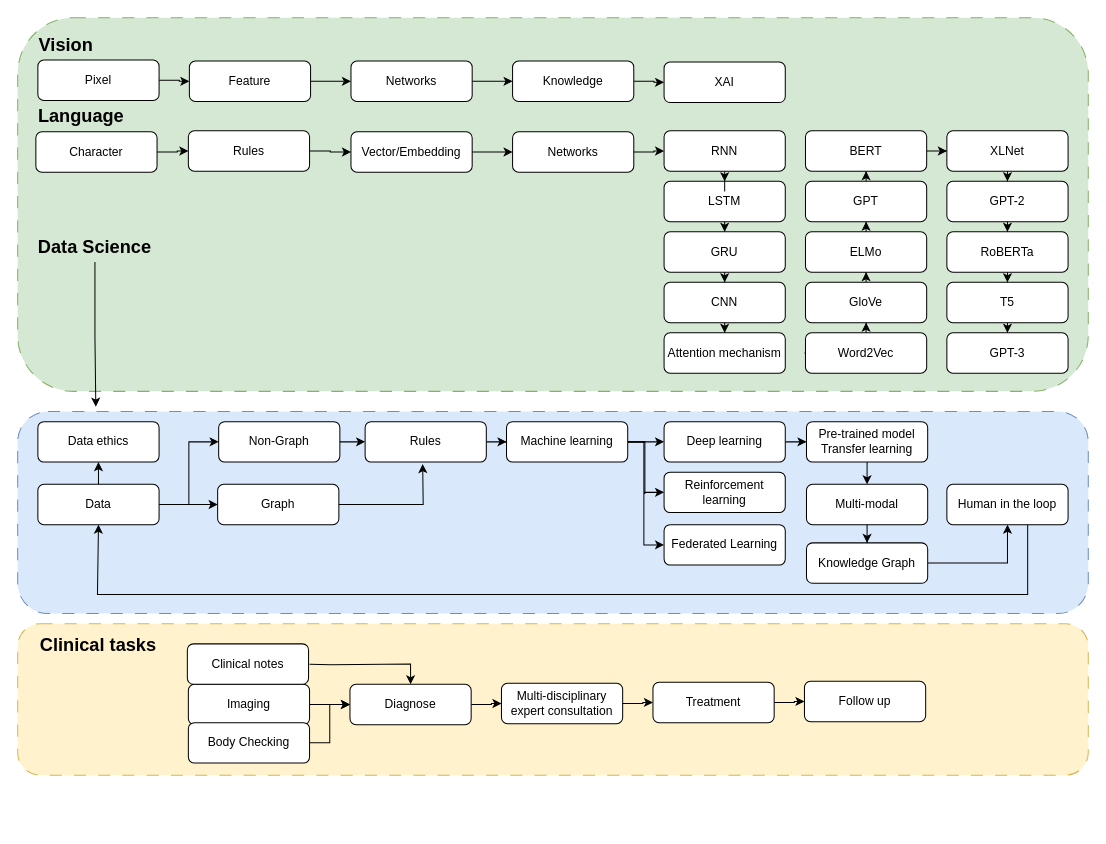
The draw.io diagram page "Career routine" (6 of 7) of Fig_CS/Figure-Factory.drawio in jizhang02/Figure-Factory, before the edit. Source tidied: cells renumbered, new cells numbered last; positions are measured from the earlier drawing's top-left corner, leaving out a move shared by most shapes. Both pictures are drawn from the tidied source at 101%, with x=0, y=0 at pixel (17, 17).
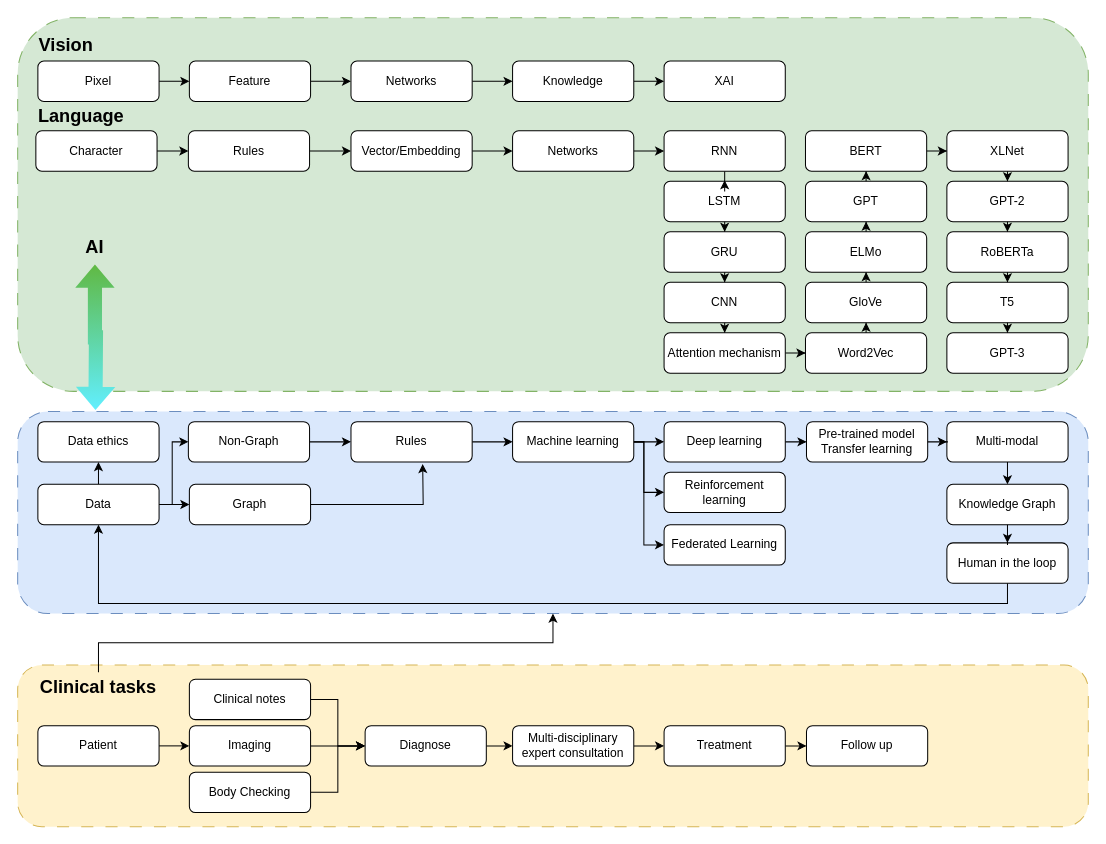
The same diagram, later.

Unchanged cells that the change refers to:
```xml
<mxCell id="3" style="rounded=1;whiteSpace=wrap;html=1;fillColor=#dae8fc;strokeColor=#6c8ebf;dashed=1;dashPattern=12 12;" parent="1" vertex="1">
  <mxGeometry y="390" width="1060" height="200" as="geometry" />
</mxCell>
<mxCell id="20" value="Federated Learning" style="rounded=1;whiteSpace=wrap;html=1;" parent="1" vertex="1">
  <mxGeometry x="640" y="502" width="120" height="40" as="geometry" />
</mxCell>
<mxCell id="32" value="LSTM" style="rounded=1;whiteSpace=wrap;html=1;" parent="1" vertex="1">
  <mxGeometry x="640" y="162" width="120" height="40" as="geometry" />
</mxCell>
<mxCell id="46" value="RNN" style="rounded=1;whiteSpace=wrap;html=1;" parent="1" vertex="1">
  <mxGeometry x="640" y="112" width="120" height="40" as="geometry" />
</mxCell>
<mxCell id="48" value="Attention mechanism" style="rounded=1;whiteSpace=wrap;html=1;" parent="1" vertex="1">
  <mxGeometry x="640" y="312" width="120" height="40" as="geometry" />
</mxCell>
<mxCell id="50" value="Word2Vec" style="rounded=1;whiteSpace=wrap;html=1;" parent="1" vertex="1">
  <mxGeometry x="780" y="312" width="120" height="40" as="geometry" />
</mxCell>
<mxCell id="90" value="Data" style="rounded=1;whiteSpace=wrap;html=1;" parent="1" vertex="1">
  <mxGeometry x="20" y="462" width="120" height="40" as="geometry" />
</mxCell>
```

What changed in the source:
```diff
@@
     <mxCell id="2" style="rounded=1;whiteSpace=wrap;html=1;fillColor=#fff2cc;strokeColor=#d6b656;dashed=1;dashPattern=12 12;" parent="1" vertex="1">
-      <mxGeometry y="600" width="1060" height="150" as="geometry" />
+      <mxGeometry y="641" width="1060" height="160" as="geometry" />
     </mxCell>
@@
     <mxCell id="6" value="Pixel" style="rounded=1;whiteSpace=wrap;html=1;" parent="1" vertex="1">
-      <mxGeometry x="20" y="42" width="120" height="40" as="geometry" />
+      <mxGeometry x="20" y="43" width="120" height="40" as="geometry" />
     </mxCell>
@@
     <mxCell id="13" value="XAI" style="rounded=1;whiteSpace=wrap;html=1;" parent="1" vertex="1">
-      <mxGeometry x="640" y="44" width="120" height="40" as="geometry" />
+      <mxGeometry x="640" y="43" width="120" height="40" as="geometry" />
     </mxCell>
@@
     <mxCell id="15" value="Multi-modal" style="rounded=1;whiteSpace=wrap;html=1;" parent="1" vertex="1">
-      <mxGeometry x="781" y="462" width="120" height="40" as="geometry" />
+      <mxGeometry x="920" y="400" width="120" height="40" as="geometry" />
     </mxCell>
@@
     <mxCell id="17" value="Graph" style="rounded=1;whiteSpace=wrap;html=1;" parent="1" vertex="1">
-      <mxGeometry x="198" y="462" width="120" height="40" as="geometry" />
+      <mxGeometry x="170" y="462" width="120" height="40" as="geometry" />
     </mxCell>
-    <mxCell id="18" style="edgeStyle=orthogonalEdgeStyle;rounded=0;jettySize=auto;html=1;entryX=0.5;entryY=1;entryDx=0;entryDy=0;" parent="1" edge="1" source="19" target="90">
-      <mxGeometry relative="1" as="geometry">
-        <Array as="points">
-          <mxPoint x="1000" y="571" />
-          <mxPoint x="79" y="571" />
-        </Array>
-      </mxGeometry>
-    </mxCell>
-    <mxCell id="19" value="Human in the loop" style="rounded=1;whiteSpace=wrap;html=1;" parent="1" vertex="1">
-      <mxGeometry x="920" y="462" width="120" height="40" as="geometry" />
-    </mxCell>
@@
-    <mxCell id="21" style="edgeStyle=orthogonalEdgeStyle;rounded=0;jettySize=auto;html=1;entryX=0;entryY=0.5;entryDx=0;entryDy=0;" parent="1" edge="1" source="22" target="26">
+    <mxCell id="21" style="edgeStyle=orthogonalEdgeStyle;rounded=0;jettySize=auto;html=1;" parent="1" edge="1" source="22" target="26">
       <mxGeometry relative="1" as="geometry" />
     </mxCell>
     <mxCell id="22" value="Imaging" style="rounded=1;whiteSpace=wrap;html=1;" parent="1" vertex="1">
-      <mxGeometry x="169" y="660" width="120" height="40" as="geometry" />
+      <mxGeometry x="170" y="701" width="120" height="40" as="geometry" />
     </mxCell>
-    <mxCell id="23" style="edgeStyle=orthogonalEdgeStyle;rounded=0;jettySize=auto;html=1;" parent="1" edge="1" target="26">
-      <mxGeometry relative="1" as="geometry">
-        <mxPoint x="289" y="640.1" as="sourcePoint" />
-      </mxGeometry>
-    </mxCell>
+    <mxCell id="96" style="edgeStyle=orthogonalEdgeStyle;rounded=0;jettySize=auto;html=1;entryX=0;entryY=0.5;entryDx=0;entryDy=0;" parent="1" edge="1" source="24" target="26">
+      <mxGeometry relative="1" as="geometry" />
+    </mxCell>
     <mxCell id="24" value="Clinical notes" style="rounded=1;whiteSpace=wrap;html=1;" parent="1" vertex="1">
-      <mxGeometry x="168" y="620" width="120" height="40" as="geometry" />
+      <mxGeometry x="170" y="655" width="120" height="40" as="geometry" />
     </mxCell>
@@
     <mxCell id="26" value="Diagnose" style="rounded=1;whiteSpace=wrap;html=1;" parent="1" vertex="1">
-      <mxGeometry x="329" y="660" width="120" height="40" as="geometry" />
+      <mxGeometry x="344" y="701" width="120" height="40" as="geometry" />
     </mxCell>
@@
     <mxCell id="28" value="Multi-disciplinary expert consultation" style="rounded=1;whiteSpace=wrap;html=1;" parent="1" vertex="1">
-      <mxGeometry x="479" y="659" width="120" height="40" as="geometry" />
+      <mxGeometry x="490" y="701" width="120" height="40" as="geometry" />
     </mxCell>
@@
     <mxCell id="30" value="Treatment" style="rounded=1;whiteSpace=wrap;html=1;" parent="1" vertex="1">
-      <mxGeometry x="629" y="658" width="120" height="40" as="geometry" />
+      <mxGeometry x="640" y="701" width="120" height="40" as="geometry" />
     </mxCell>
@@
     <mxCell id="38" value="Character" style="rounded=1;whiteSpace=wrap;html=1;" parent="1" vertex="1">
-      <mxGeometry x="18" y="113" width="120" height="40" as="geometry" />
+      <mxGeometry x="18" y="112" width="120" height="40" as="geometry" />
     </mxCell>
@@
     <mxCell id="42" value="Vector/Embedding" style="rounded=1;whiteSpace=wrap;html=1;" parent="1" vertex="1">
-      <mxGeometry x="330" y="113" width="120" height="40" as="geometry" />
+      <mxGeometry x="330" y="112" width="120" height="40" as="geometry" />
     </mxCell>
@@
     <mxCell id="44" value="Networks" style="rounded=1;whiteSpace=wrap;html=1;" parent="1" vertex="1">
-      <mxGeometry x="490" y="113" width="120" height="40" as="geometry" />
+      <mxGeometry x="490" y="112" width="120" height="40" as="geometry" />
     </mxCell>
-    <mxCell id="45" style="edgeStyle=orthogonalEdgeStyle;rounded=0;jettySize=auto;html=1;" parent="1" edge="1" source="46" target="32">
-      <mxGeometry relative="1" as="geometry" />
-    </mxCell>
+    <mxCell id="97" style="edgeStyle=orthogonalEdgeStyle;rounded=0;jettySize=auto;html=1;startSize=6;jumpSize=6;" parent="1" edge="1" source="46">
+      <mxGeometry relative="1" as="geometry">
+        <mxPoint x="700" y="161" as="targetPoint" />
+      </mxGeometry>
+    </mxCell>
@@
+    <mxCell id="98" style="edgeStyle=orthogonalEdgeStyle;rounded=0;jettySize=auto;html=1;entryX=0;entryY=0.5;entryDx=0;entryDy=0;" parent="1" edge="1" source="48" target="50">
+      <mxGeometry relative="1" as="geometry" />
+    </mxCell>
@@
-    <mxCell id="72" style="edgeStyle=orthogonalEdgeStyle;rounded=0;jettySize=auto;html=1;" parent="1" edge="1" source="73" target="19">
-      <mxGeometry relative="1" as="geometry" />
-    </mxCell>
-    <mxCell id="73" value="Knowledge Graph" style="rounded=1;whiteSpace=wrap;html=1;" parent="1" vertex="1">
-      <mxGeometry x="781" y="520" width="120" height="40" as="geometry" />
-    </mxCell>
@@
-    <mxCell id="76" style="edgeStyle=orthogonalEdgeStyle;rounded=0;jettySize=auto;html=1;entryX=0;entryY=0.5;entryDx=0;entryDy=0;" parent="1" edge="1" source="77" target="20">
+    <mxCell id="76" style="edgeStyle=orthogonalEdgeStyle;rounded=0;jettySize=auto;html=1;entryX=0;entryY=0.5;entryDx=0;entryDy=0;" parent="1" edge="1" target="20">
       <mxGeometry relative="1" as="geometry">
+        <mxPoint x="598" y="420" as="sourcePoint" />
         <Array as="points">
-          <mxPoint x="621" y="420" />
-          <mxPoint x="621" y="471" />
+          <mxPoint x="620" y="420" />
           <mxPoint x="620" y="522" />
         </Array>
       </mxGeometry>
     </mxCell>
     <mxCell id="77" value="Machine learning" style="rounded=1;whiteSpace=wrap;html=1;" parent="1" vertex="1">
-      <mxGeometry x="484" y="400" width="120" height="40" as="geometry" />
+      <mxGeometry x="490" y="400" width="120" height="40" as="geometry" />
     </mxCell>
@@
     <mxCell id="79" value="Rules" style="rounded=1;whiteSpace=wrap;html=1;" parent="1" vertex="1">
-      <mxGeometry x="344" y="400" width="120" height="40" as="geometry" />
+      <mxGeometry x="330" y="400" width="120" height="40" as="geometry" />
     </mxCell>
@@
     <mxCell id="81" value="Non-Graph" style="rounded=1;whiteSpace=wrap;html=1;" parent="1" vertex="1">
-      <mxGeometry x="199" y="400" width="120" height="40" as="geometry" />
+      <mxGeometry x="169" y="400" width="120" height="40" as="geometry" />
     </mxCell>
@@
     <mxCell id="83" value="Follow up" style="rounded=1;whiteSpace=wrap;html=1;" parent="1" vertex="1">
-      <mxGeometry x="779" y="657" width="120" height="40" as="geometry" />
+      <mxGeometry x="781" y="701" width="120" height="40" as="geometry" />
     </mxCell>
@@
     <mxCell id="85" value="Body Checking" style="rounded=1;whiteSpace=wrap;html=1;" parent="1" vertex="1">
-      <mxGeometry x="169" y="698" width="120" height="40" as="geometry" />
+      <mxGeometry x="170" y="747" width="120" height="40" as="geometry" />
     </mxCell>
@@
-    <mxCell id="88" style="edgeStyle=orthogonalEdgeStyle;rounded=0;jettySize=auto;html=1;entryX=0;entryY=0.5;entryDx=0;entryDy=0;" parent="1" edge="1" source="90" target="81">
-      <mxGeometry relative="1" as="geometry" />
+    <mxCell id="88" style="edgeStyle=orthogonalEdgeStyle;rounded=0;jettySize=auto;html=1;entryX=0;entryY=0.5;entryDx=0;entryDy=0;" parent="1" edge="1" target="81">
+      <mxGeometry relative="1" as="geometry">
+        <mxPoint x="133" y="482.1" as="sourcePoint" />
+        <Array as="points">
+          <mxPoint x="153" y="482" />
+          <mxPoint x="153" y="420" />
+        </Array>
+      </mxGeometry>
     </mxCell>
@@
+    <mxCell id="99" style="edgeStyle=orthogonalEdgeStyle;rounded=0;jettySize=auto;html=1;" parent="1" edge="1" source="93" target="3">
+      <mxGeometry relative="1" as="geometry" />
+    </mxCell>
     <mxCell id="93" value="&lt;font style=&quot;font-size: 18px;&quot;&gt;&lt;b&gt;Clinical tasks&lt;/b&gt;&lt;/font&gt;" style="text;html=1;strokeColor=none;fillColor=none;align=center;verticalAlign=middle;whiteSpace=wrap;rounded=0;" parent="1" vertex="1">
-      <mxGeometry x="20" y="607" width="120" height="30" as="geometry" />
+      <mxGeometry x="20" y="648" width="120" height="30" as="geometry" />
     </mxCell>
-    <mxCell id="94" style="edgeStyle=orthogonalEdgeStyle;rounded=0;jettySize=auto;html=1;entryX=0.073;entryY=-0.024;entryDx=0;entryDy=0;entryPerimeter=0;" parent="1" edge="1" source="95" target="3">
-      <mxGeometry relative="1" as="geometry" />
+    <mxCell id="94" style="edgeStyle=orthogonalEdgeStyle;jettySize=auto;html=1;startArrow=open;startFill=0;endArrow=open;endFill=0;strokeWidth=5;rounded=0;strokeColor=none;shape=flexArrow;fillColor=#60B943;gradientColor=#61EFFF;" parent="1" edge="1" source="95">
+      <mxGeometry relative="1" as="geometry">
+        <mxPoint x="77" y="391" as="targetPoint" />
+      </mxGeometry>
     </mxCell>
-    <mxCell id="95" value="&lt;b&gt;&lt;font style=&quot;font-size: 18px;&quot;&gt;Data Science&lt;/font&gt;&lt;/b&gt;" style="text;html=1;strokeColor=none;fillColor=none;align=center;verticalAlign=middle;whiteSpace=wrap;rounded=0;" parent="1" vertex="1">
+    <mxCell id="95" value="&lt;b&gt;&lt;font style=&quot;font-size: 18px;&quot;&gt;AI&lt;/font&gt;&lt;/b&gt;" style="text;html=1;strokeColor=none;fillColor=none;align=center;verticalAlign=middle;whiteSpace=wrap;rounded=0;" parent="1" vertex="1">
       <mxGeometry x="18" y="212" width="117" height="30" as="geometry" />
     </mxCell>
+    <mxCell id="100" style="edgeStyle=orthogonalEdgeStyle;rounded=0;jettySize=auto;html=1;" parent="1" edge="1" source="101">
+      <mxGeometry relative="1" as="geometry">
+        <mxPoint x="170" y="721" as="targetPoint" />
+      </mxGeometry>
+    </mxCell>
+    <mxCell id="101" value="Patient" style="rounded=1;whiteSpace=wrap;html=1;" parent="1" vertex="1">
+      <mxGeometry x="20" y="701" width="120" height="40" as="geometry" />
+    </mxCell>
+    <mxCell id="18" style="edgeStyle=orthogonalEdgeStyle;rounded=0;jettySize=auto;html=1;exitX=0.5;exitY=1;exitDx=0;exitDy=0;" parent="1" edge="1" source="19" target="90">
+      <mxGeometry relative="1" as="geometry" />
+    </mxCell>
+    <mxCell id="19" value="Human in the loop" style="rounded=1;whiteSpace=wrap;html=1;" parent="1" vertex="1">
+      <mxGeometry x="920" y="520" width="120" height="40" as="geometry" />
+    </mxCell>
+    <mxCell id="72" style="edgeStyle=orthogonalEdgeStyle;rounded=0;jettySize=auto;html=1;" parent="1" edge="1" source="73" target="19">
+      <mxGeometry relative="1" as="geometry" />
+    </mxCell>
+    <mxCell id="73" value="Knowledge Graph" style="rounded=1;whiteSpace=wrap;html=1;" parent="1" vertex="1">
+      <mxGeometry x="920" y="462" width="120" height="40" as="geometry" />
+    </mxCell>
```
